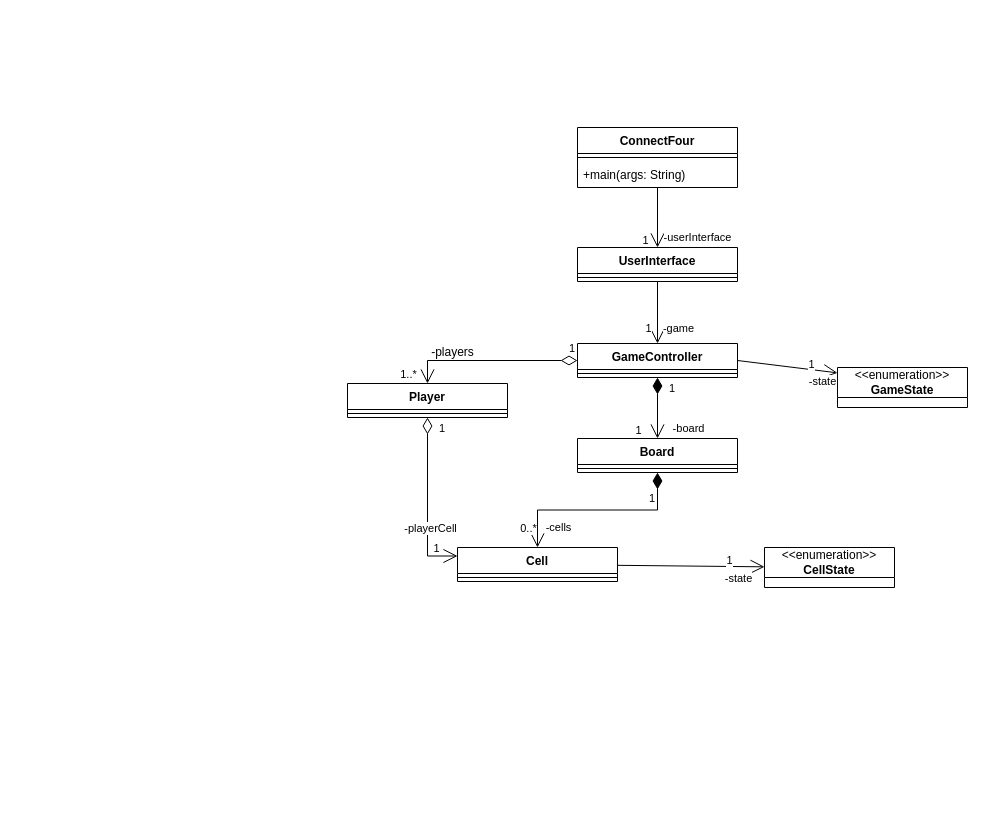
This is ClassDiagram.drawio from rootofpower/konceptmodel, a draw.io file, before an edit. Source tidied: cells renumbered, new cells numbered last; positions are measured from the earlier drawing's top-left corner, leaving out a move shared by most shapes. Both pictures are drawn from the tidied source at 100%, with x=0, y=0 at pixel (347, 127).
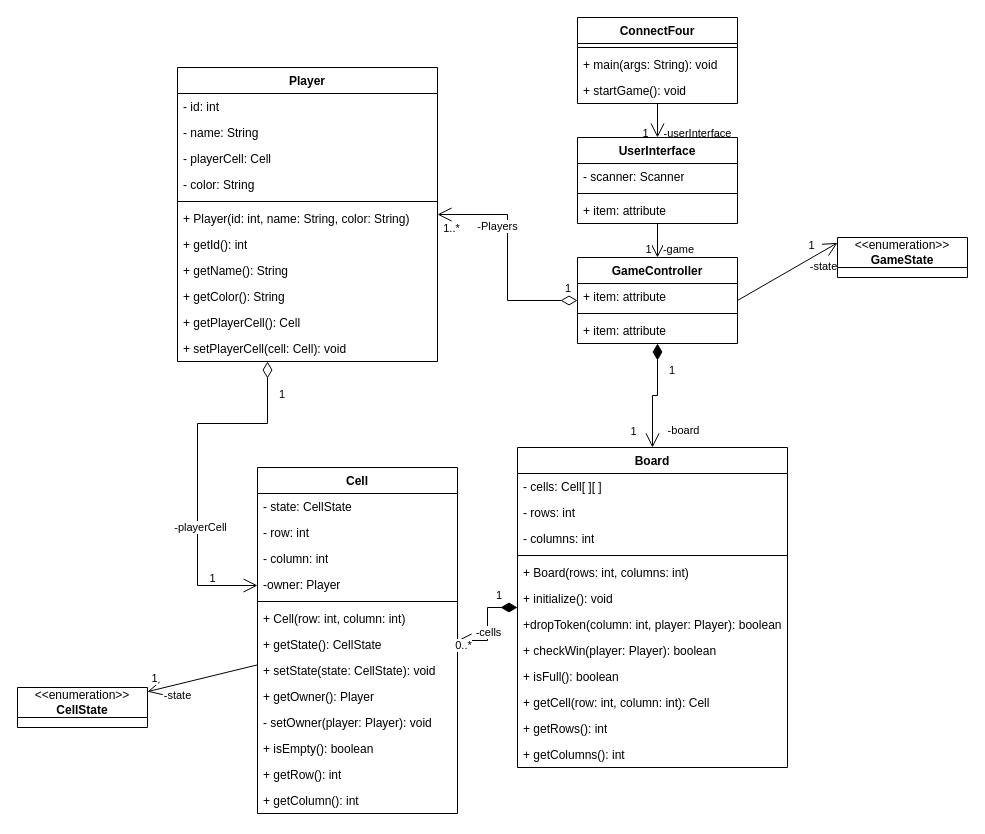
The same diagram, later.

The change refers to these unchanged cells:
```xml
<mxCell id="35" value="1" style="endArrow=open;html=1;endSize=12;startArrow=diamondThin;startSize=14;startFill=0;edgeStyle=orthogonalEdgeStyle;align=left;verticalAlign=bottom;rounded=0;" parent="1" edge="1" source="10" target="17">
  <mxGeometry x="-0.88" y="-3" relative="1" as="geometry" />
</mxCell>
```

Change to the diagram source:
```diff
@@
     <mxCell id="2" value="ConnectFour" style="swimlane;fontStyle=1;align=center;verticalAlign=top;horizontal=1;startSize=26;whiteSpace=wrap;html=1;" parent="1" vertex="1">
-      <mxGeometry x="230" width="160" height="60" as="geometry" />
+      <mxGeometry x="230" y="-110" width="160" height="86" as="geometry" />
     </mxCell>
@@
-    <mxCell id="4" value="+main(args: String)" style="text;strokeColor=none;fillColor=none;align=left;verticalAlign=top;spacingLeft=4;spacingRight=4;overflow=hidden;whiteSpace=wrap;html=1;" parent="2" vertex="1">
+    <mxCell id="4" value="+ main(args: String): void" style="text;strokeColor=none;fillColor=none;align=left;verticalAlign=top;spacingLeft=4;spacingRight=4;overflow=hidden;whiteSpace=wrap;html=1;" parent="2" vertex="1">
       <mxGeometry y="34" width="160" height="26" as="geometry" />
     </mxCell>
+    <mxCell id="41" value="+ startGame(): void" style="text;strokeColor=none;fillColor=none;align=left;verticalAlign=top;spacingLeft=4;spacingRight=4;overflow=hidden;whiteSpace=wrap;html=1;" parent="2" vertex="1">
+      <mxGeometry y="60" width="160" height="26" as="geometry" />
+    </mxCell>
@@
     <mxCell id="8" value="UserInterface" style="swimlane;fontStyle=1;align=center;verticalAlign=top;horizontal=1;startSize=26;whiteSpace=wrap;html=1;" parent="1" vertex="1">
-      <mxGeometry x="230" y="120" width="160" height="34" as="geometry" />
+      <mxGeometry x="230" y="10" width="160" height="86" as="geometry" />
     </mxCell>
+    <mxCell id="42" value="- scanner: Scanner" style="text;strokeColor=none;fillColor=none;align=left;verticalAlign=top;spacingLeft=4;spacingRight=4;overflow=hidden;whiteSpace=wrap;html=1;" parent="8" vertex="1">
+      <mxGeometry y="26" width="160" height="26" as="geometry" />
+    </mxCell>
     <mxCell id="9" style="line;strokeWidth=1;fillColor=none;align=left;verticalAlign=middle;spacingTop=-1;spacingLeft=3;spacingRight=3;labelPosition=right;strokeColor=inherit;" parent="8" vertex="1">
-      <mxGeometry y="26" width="160" height="8" as="geometry" />
+      <mxGeometry y="52" width="160" height="8" as="geometry" />
     </mxCell>
+    <mxCell id="43" value="+ item: attribute" style="text;strokeColor=none;fillColor=none;align=left;verticalAlign=top;spacingLeft=4;spacingRight=4;overflow=hidden;whiteSpace=wrap;html=1;" parent="8" vertex="1">
+      <mxGeometry y="60" width="160" height="26" as="geometry" />
+    </mxCell>
     <mxCell id="10" value="GameController" style="swimlane;fontStyle=1;align=center;verticalAlign=top;horizontal=1;startSize=26;whiteSpace=wrap;html=1;" parent="1" vertex="1">
-      <mxGeometry x="230" y="216" width="160" height="34" as="geometry" />
+      <mxGeometry x="230" y="130" width="160" height="86" as="geometry" />
     </mxCell>
+    <mxCell id="44" value="+ item: attribute" style="text;strokeColor=none;fillColor=none;align=left;verticalAlign=top;spacingLeft=4;spacingRight=4;overflow=hidden;whiteSpace=wrap;html=1;" parent="10" vertex="1">
+      <mxGeometry y="26" width="160" height="26" as="geometry" />
+    </mxCell>
     <mxCell id="11" style="line;strokeWidth=1;fillColor=none;align=left;verticalAlign=middle;spacingTop=-1;spacingLeft=3;spacingRight=3;labelPosition=right;strokeColor=inherit;" parent="10" vertex="1">
-      <mxGeometry y="26" width="160" height="8" as="geometry" />
+      <mxGeometry y="52" width="160" height="8" as="geometry" />
     </mxCell>
+    <mxCell id="45" value="+ item: attribute" style="text;strokeColor=none;fillColor=none;align=left;verticalAlign=top;spacingLeft=4;spacingRight=4;overflow=hidden;whiteSpace=wrap;html=1;" parent="10" vertex="1">
+      <mxGeometry y="60" width="160" height="26" as="geometry" />
+    </mxCell>
@@
     <mxCell id="15" value="Board" style="swimlane;fontStyle=1;align=center;verticalAlign=top;horizontal=1;startSize=26;whiteSpace=wrap;html=1;" parent="1" vertex="1">
-      <mxGeometry x="230" y="311" width="160" height="34" as="geometry" />
+      <mxGeometry x="170" y="320" width="270" height="320" as="geometry" />
     </mxCell>
+    <mxCell id="46" value="- cells: Cell[ ][ ]" style="text;strokeColor=none;fillColor=none;align=left;verticalAlign=top;spacingLeft=4;spacingRight=4;overflow=hidden;whiteSpace=wrap;html=1;" parent="15" vertex="1">
+      <mxGeometry y="26" width="270" height="26" as="geometry" />
+    </mxCell>
+    <mxCell id="47" value="- rows: int" style="text;strokeColor=none;fillColor=none;align=left;verticalAlign=top;spacingLeft=4;spacingRight=4;overflow=hidden;whiteSpace=wrap;html=1;" parent="15" vertex="1">
+      <mxGeometry y="52" width="270" height="26" as="geometry" />
+    </mxCell>
+    <mxCell id="48" value="- columns: int" style="text;strokeColor=none;fillColor=none;align=left;verticalAlign=top;spacingLeft=4;spacingRight=4;overflow=hidden;whiteSpace=wrap;html=1;" parent="15" vertex="1">
+      <mxGeometry y="78" width="270" height="26" as="geometry" />
+    </mxCell>
     <mxCell id="16" style="line;strokeWidth=1;fillColor=none;align=left;verticalAlign=middle;spacingTop=-1;spacingLeft=3;spacingRight=3;labelPosition=right;strokeColor=inherit;" parent="15" vertex="1">
-      <mxGeometry y="26" width="160" height="8" as="geometry" />
+      <mxGeometry y="104" width="270" height="8" as="geometry" />
     </mxCell>
+    <mxCell id="49" value="+ Board(rows: int, columns: int)" style="text;strokeColor=none;fillColor=none;align=left;verticalAlign=top;spacingLeft=4;spacingRight=4;overflow=hidden;whiteSpace=wrap;html=1;" parent="15" vertex="1">
+      <mxGeometry y="112" width="270" height="26" as="geometry" />
+    </mxCell>
+    <mxCell id="50" value="+ initialize(): void" style="text;strokeColor=none;fillColor=none;align=left;verticalAlign=top;spacingLeft=4;spacingRight=4;overflow=hidden;whiteSpace=wrap;html=1;" parent="15" vertex="1">
+      <mxGeometry y="138" width="270" height="26" as="geometry" />
+    </mxCell>
+    <mxCell id="51" value="+dropToken(column: int, player: Player): boolean" style="text;strokeColor=none;fillColor=none;align=left;verticalAlign=top;spacingLeft=4;spacingRight=4;overflow=hidden;whiteSpace=wrap;html=1;" parent="15" vertex="1">
+      <mxGeometry y="164" width="270" height="26" as="geometry" />
+    </mxCell>
+    <mxCell id="52" value="+ checkWin(player: Player): boolean" style="text;strokeColor=none;fillColor=none;align=left;verticalAlign=top;spacingLeft=4;spacingRight=4;overflow=hidden;whiteSpace=wrap;html=1;" parent="15" vertex="1">
+      <mxGeometry y="190" width="270" height="26" as="geometry" />
+    </mxCell>
+    <mxCell id="53" value="+ isFull(): boolean" style="text;strokeColor=none;fillColor=none;align=left;verticalAlign=top;spacingLeft=4;spacingRight=4;overflow=hidden;whiteSpace=wrap;html=1;" parent="15" vertex="1">
+      <mxGeometry y="216" width="270" height="26" as="geometry" />
+    </mxCell>
+    <mxCell id="54" value="+ getCell(row: int, column: int): Cell" style="text;strokeColor=none;fillColor=none;align=left;verticalAlign=top;spacingLeft=4;spacingRight=4;overflow=hidden;whiteSpace=wrap;html=1;" parent="15" vertex="1">
+      <mxGeometry y="242" width="270" height="26" as="geometry" />
+    </mxCell>
+    <mxCell id="55" value="+ getRows(): int" style="text;strokeColor=none;fillColor=none;align=left;verticalAlign=top;spacingLeft=4;spacingRight=4;overflow=hidden;whiteSpace=wrap;html=1;" parent="15" vertex="1">
+      <mxGeometry y="268" width="270" height="26" as="geometry" />
+    </mxCell>
+    <mxCell id="56" value="+ getColumns(): int" style="text;strokeColor=none;fillColor=none;align=left;verticalAlign=top;spacingLeft=4;spacingRight=4;overflow=hidden;whiteSpace=wrap;html=1;" parent="15" vertex="1">
+      <mxGeometry y="294" width="270" height="26" as="geometry" />
+    </mxCell>
     <mxCell id="17" value="Player" style="swimlane;fontStyle=1;align=center;verticalAlign=top;horizontal=1;startSize=26;whiteSpace=wrap;html=1;" parent="1" vertex="1">
-      <mxGeometry y="256" width="160" height="34" as="geometry" />
+      <mxGeometry x="-170" y="-60" width="260" height="294" as="geometry" />
     </mxCell>
+    <mxCell id="57" value="- id: int" style="text;strokeColor=none;fillColor=none;align=left;verticalAlign=top;spacingLeft=4;spacingRight=4;overflow=hidden;whiteSpace=wrap;html=1;" parent="17" vertex="1">
+      <mxGeometry y="26" width="260" height="26" as="geometry" />
+    </mxCell>
+    <mxCell id="58" value="- name: String" style="text;strokeColor=none;fillColor=none;align=left;verticalAlign=top;spacingLeft=4;spacingRight=4;overflow=hidden;whiteSpace=wrap;html=1;" parent="17" vertex="1">
+      <mxGeometry y="52" width="260" height="26" as="geometry" />
+    </mxCell>
+    <mxCell id="59" value="- playerCell: Cell" style="text;strokeColor=none;fillColor=none;align=left;verticalAlign=top;spacingLeft=4;spacingRight=4;overflow=hidden;whiteSpace=wrap;html=1;" parent="17" vertex="1">
+      <mxGeometry y="78" width="260" height="26" as="geometry" />
+    </mxCell>
+    <mxCell id="60" value="- color: String" style="text;strokeColor=none;fillColor=none;align=left;verticalAlign=top;spacingLeft=4;spacingRight=4;overflow=hidden;whiteSpace=wrap;html=1;" parent="17" vertex="1">
+      <mxGeometry y="104" width="260" height="26" as="geometry" />
+    </mxCell>
     <mxCell id="18" style="line;strokeWidth=1;fillColor=none;align=left;verticalAlign=middle;spacingTop=-1;spacingLeft=3;spacingRight=3;labelPosition=right;strokeColor=inherit;" parent="17" vertex="1">
-      <mxGeometry y="26" width="160" height="8" as="geometry" />
+      <mxGeometry y="130" width="260" height="8" as="geometry" />
     </mxCell>
+    <mxCell id="61" value="+ Player(id: int, name: String, color: String)" style="text;strokeColor=none;fillColor=none;align=left;verticalAlign=top;spacingLeft=4;spacingRight=4;overflow=hidden;whiteSpace=wrap;html=1;" parent="17" vertex="1">
+      <mxGeometry y="138" width="260" height="26" as="geometry" />
+    </mxCell>
+    <mxCell id="62" value="+ getId(): int" style="text;strokeColor=none;fillColor=none;align=left;verticalAlign=top;spacingLeft=4;spacingRight=4;overflow=hidden;whiteSpace=wrap;html=1;" parent="17" vertex="1">
+      <mxGeometry y="164" width="260" height="26" as="geometry" />
+    </mxCell>
+    <mxCell id="63" value="+ getName(): String" style="text;strokeColor=none;fillColor=none;align=left;verticalAlign=top;spacingLeft=4;spacingRight=4;overflow=hidden;whiteSpace=wrap;html=1;" parent="17" vertex="1">
+      <mxGeometry y="190" width="260" height="26" as="geometry" />
+    </mxCell>
+    <mxCell id="64" value="+ getColor(): String" style="text;strokeColor=none;fillColor=none;align=left;verticalAlign=top;spacingLeft=4;spacingRight=4;overflow=hidden;whiteSpace=wrap;html=1;" parent="17" vertex="1">
+      <mxGeometry y="216" width="260" height="26" as="geometry" />
+    </mxCell>
+    <mxCell id="65" value="+ getPlayerCell(): Cell" style="text;strokeColor=none;fillColor=none;align=left;verticalAlign=top;spacingLeft=4;spacingRight=4;overflow=hidden;whiteSpace=wrap;html=1;" parent="17" vertex="1">
+      <mxGeometry y="242" width="260" height="26" as="geometry" />
+    </mxCell>
+    <mxCell id="66" value="+ setPlayerCell(cell: Cell): void" style="text;strokeColor=none;fillColor=none;align=left;verticalAlign=top;spacingLeft=4;spacingRight=4;overflow=hidden;whiteSpace=wrap;html=1;" parent="17" vertex="1">
+      <mxGeometry y="268" width="260" height="26" as="geometry" />
+    </mxCell>
     <mxCell id="19" value="&amp;lt;&amp;lt;enumeration&amp;gt;&amp;gt;&lt;br&gt;&lt;b&gt;GameState&lt;/b&gt;" style="swimlane;fontStyle=0;horizontal=1;startSize=30;fillColor=none;whiteSpace=wrap;html=1;" parent="1" vertex="1" collapsed="1">
-      <mxGeometry x="490" y="240" width="130" height="40" as="geometry" />
+      <mxGeometry x="490" y="110" width="130" height="40" as="geometry" />
     </mxCell>
@@
     <mxCell id="23" value="Cell" style="swimlane;fontStyle=1;align=center;verticalAlign=top;horizontal=1;startSize=26;whiteSpace=wrap;html=1;" parent="1" vertex="1">
-      <mxGeometry x="110" y="420" width="160" height="34" as="geometry" />
+      <mxGeometry x="-90" y="340" width="200" height="346" as="geometry" />
     </mxCell>
+    <mxCell id="67" value="- state: CellState" style="text;strokeColor=none;fillColor=none;align=left;verticalAlign=top;spacingLeft=4;spacingRight=4;overflow=hidden;whiteSpace=wrap;html=1;" parent="23" vertex="1">
+      <mxGeometry y="26" width="200" height="26" as="geometry" />
+    </mxCell>
+    <mxCell id="68" value="- row: int" style="text;strokeColor=none;fillColor=none;align=left;verticalAlign=top;spacingLeft=4;spacingRight=4;overflow=hidden;whiteSpace=wrap;html=1;" parent="23" vertex="1">
+      <mxGeometry y="52" width="200" height="26" as="geometry" />
+    </mxCell>
+    <mxCell id="69" value="- column: int" style="text;strokeColor=none;fillColor=none;align=left;verticalAlign=top;spacingLeft=4;spacingRight=4;overflow=hidden;whiteSpace=wrap;html=1;" parent="23" vertex="1">
+      <mxGeometry y="78" width="200" height="26" as="geometry" />
+    </mxCell>
+    <mxCell id="70" value="-owner: Player" style="text;strokeColor=none;fillColor=none;align=left;verticalAlign=top;spacingLeft=4;spacingRight=4;overflow=hidden;whiteSpace=wrap;html=1;" parent="23" vertex="1">
+      <mxGeometry y="104" width="200" height="26" as="geometry" />
+    </mxCell>
     <mxCell id="24" style="line;strokeWidth=1;fillColor=none;align=left;verticalAlign=middle;spacingTop=-1;spacingLeft=3;spacingRight=3;labelPosition=right;strokeColor=inherit;" parent="23" vertex="1">
-      <mxGeometry y="26" width="160" height="8" as="geometry" />
+      <mxGeometry y="130" width="200" height="8" as="geometry" />
     </mxCell>
+    <mxCell id="71" value="+ Cell(row: int, column: int)" style="text;strokeColor=none;fillColor=none;align=left;verticalAlign=top;spacingLeft=4;spacingRight=4;overflow=hidden;whiteSpace=wrap;html=1;" parent="23" vertex="1">
+      <mxGeometry y="138" width="200" height="26" as="geometry" />
+    </mxCell>
+    <mxCell id="72" value="+ getState(): CellState" style="text;strokeColor=none;fillColor=none;align=left;verticalAlign=top;spacingLeft=4;spacingRight=4;overflow=hidden;whiteSpace=wrap;html=1;" parent="23" vertex="1">
+      <mxGeometry y="164" width="200" height="26" as="geometry" />
+    </mxCell>
+    <mxCell id="73" value="+ setState(state: CellState): void" style="text;strokeColor=none;fillColor=none;align=left;verticalAlign=top;spacingLeft=4;spacingRight=4;overflow=hidden;whiteSpace=wrap;html=1;" parent="23" vertex="1">
+      <mxGeometry y="190" width="200" height="26" as="geometry" />
+    </mxCell>
+    <mxCell id="74" value="+ getOwner(): Player" style="text;strokeColor=none;fillColor=none;align=left;verticalAlign=top;spacingLeft=4;spacingRight=4;overflow=hidden;whiteSpace=wrap;html=1;" parent="23" vertex="1">
+      <mxGeometry y="216" width="200" height="26" as="geometry" />
+    </mxCell>
+    <mxCell id="75" value="- setOwner(player: Player): void" style="text;strokeColor=none;fillColor=none;align=left;verticalAlign=top;spacingLeft=4;spacingRight=4;overflow=hidden;whiteSpace=wrap;html=1;" parent="23" vertex="1">
+      <mxGeometry y="242" width="200" height="26" as="geometry" />
+    </mxCell>
+    <mxCell id="76" value="+ isEmpty(): boolean" style="text;strokeColor=none;fillColor=none;align=left;verticalAlign=top;spacingLeft=4;spacingRight=4;overflow=hidden;whiteSpace=wrap;html=1;" parent="23" vertex="1">
+      <mxGeometry y="268" width="200" height="26" as="geometry" />
+    </mxCell>
+    <mxCell id="77" value="+ getRow(): int" style="text;strokeColor=none;fillColor=none;align=left;verticalAlign=top;spacingLeft=4;spacingRight=4;overflow=hidden;whiteSpace=wrap;html=1;" parent="23" vertex="1">
+      <mxGeometry y="294" width="200" height="26" as="geometry" />
+    </mxCell>
+    <mxCell id="78" value="+ getColumn(): int" style="text;strokeColor=none;fillColor=none;align=left;verticalAlign=top;spacingLeft=4;spacingRight=4;overflow=hidden;whiteSpace=wrap;html=1;" parent="23" vertex="1">
+      <mxGeometry y="320" width="200" height="26" as="geometry" />
+    </mxCell>
@@
     <mxCell id="28" value="&amp;lt;&amp;lt;enumeration&amp;gt;&amp;gt;&lt;br&gt;&lt;b&gt;CellState&lt;/b&gt;" style="swimlane;fontStyle=0;horizontal=1;startSize=30;fillColor=none;whiteSpace=wrap;html=1;" parent="1" vertex="1" collapsed="1">
-      <mxGeometry x="417" y="420" width="130" height="40" as="geometry" />
+      <mxGeometry x="-330" y="560" width="130" height="40" as="geometry" />
     </mxCell>
@@
-    <mxCell id="32" value="1" style="endArrow=open;html=1;endSize=12;startArrow=diamondThin;startSize=14;startFill=0;edgeStyle=orthogonalEdgeStyle;align=left;verticalAlign=bottom;rounded=0;entryX=0;entryY=0.25;entryDx=0;entryDy=0;" parent="1" edge="1" source="17" target="23">
-      <mxGeometry x="-0.76" y="10" relative="1" as="geometry" />
+    <mxCell id="32" value="1" style="endArrow=open;html=1;endSize=12;startArrow=diamondThin;startSize=14;startFill=0;edgeStyle=orthogonalEdgeStyle;align=left;verticalAlign=bottom;rounded=0;" parent="1" edge="1" source="17" target="23">
+      <mxGeometry x="-0.76" y="10" relative="1" as="geometry">
+        <Array as="points">
+          <mxPoint x="-80" y="296" />
+          <mxPoint x="-150" y="296" />
+          <mxPoint x="-150" y="458" />
+        </Array>
+      </mxGeometry>
     </mxCell>
@@
-    <mxCell id="37" value="-players" style="text;html=1;align=center;verticalAlign=middle;strokeColor=none;fillColor=none;" parent="1" vertex="1">
-      <mxGeometry x="70" y="210" width="70" height="30" as="geometry" />
-    </mxCell>
+    <mxCell id="79" value="-Players" style="edgeLabel;html=1;align=center;verticalAlign=middle;" parent="35" vertex="1">
+      <mxGeometry x="0.74" relative="1" as="geometry">
+        <mxPoint x="30" y="11" as="offset" />
+      </mxGeometry>
+    </mxCell>
```
